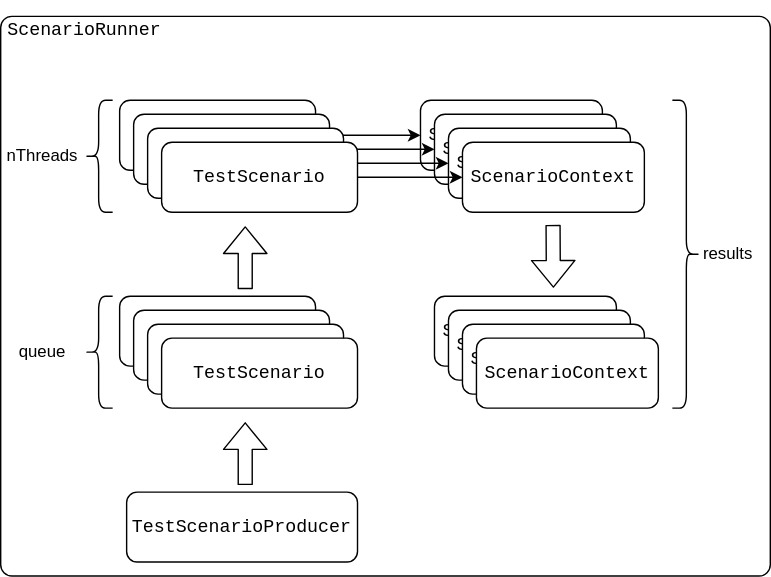
jveverka/test-meter keeps this draw.io diagram as docs/architecture.svg. Above is the earlier version. Source tidied: cells renumbered, new cells last; positions are measured from the earlier drawing's top-left corner, leaving out a move shared by most shapes.
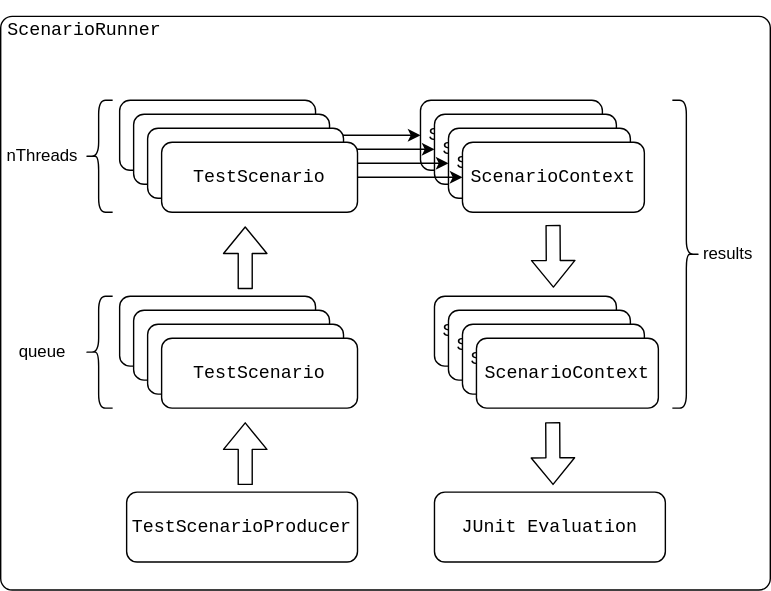
The same file after the commit.

The edit, as a diff of the source:
```diff
@@ -3,7 +3,7 @@
     <mxCell id="0" />
     <mxCell id="1" parent="0" />
     <mxCell id="2" style="rounded=1;whiteSpace=wrap;html=1;arcSize=2;" parent="1" vertex="1">
-      <mxGeometry width="550" height="400" as="geometry" />
+      <mxGeometry width="550" height="410" as="geometry" />
     </mxCell>
     <mxCell id="3" value="&lt;pre style=&quot;background-color: #ffffff ; color: #080808 ; font-family: &amp;#34;jetbrains mono&amp;#34; , monospace ; font-size: 9.8pt&quot;&gt;&lt;span style=&quot;color: #000000&quot;&gt;ScenarioContext&lt;/span&gt;&lt;/pre&gt;" style="rounded=1;whiteSpace=wrap;html=1;" parent="1" vertex="1">
       <mxGeometry x="300" y="60" width="130" height="50" as="geometry" />
@@ -107,5 +107,14 @@
     <mxCell id="33" value="results" style="text;html=1;strokeColor=none;fillColor=none;align=center;verticalAlign=middle;whiteSpace=wrap;rounded=0;" parent="1" vertex="1">
       <mxGeometry x="500" y="160" width="40" height="20" as="geometry" />
     </mxCell>
+    <mxCell id="34" style="shape=flexArrow;endArrow=classic;html=1;entryX=0.925;entryY=0.6;entryDx=0;entryDy=0;entryPerimeter=0;" parent="1" edge="1">
+      <mxGeometry relative="1" as="geometry">
+        <mxPoint x="394.5" y="290" as="sourcePoint" />
+        <mxPoint x="394.8" y="335" as="targetPoint" />
+      </mxGeometry>
+    </mxCell>
+    <mxCell id="35" value="&lt;pre style=&quot;background-color: #ffffff ; color: #080808 ; font-family: &amp;#34;jetbrains mono&amp;#34; , monospace ; font-size: 9.8pt&quot;&gt;&lt;pre style=&quot;font-family: &amp;#34;jetbrains mono&amp;#34; , monospace ; font-size: 9.8pt&quot;&gt;&lt;span style=&quot;color: #000000&quot;&gt;JUnit Evaluation&lt;/span&gt;&lt;/pre&gt;&lt;/pre&gt;" style="rounded=1;whiteSpace=wrap;html=1;" parent="1" vertex="1">
+      <mxGeometry x="310" y="340" width="165" height="50" as="geometry" />
+    </mxCell>
   </root>
 </mxGraphModel>
```
